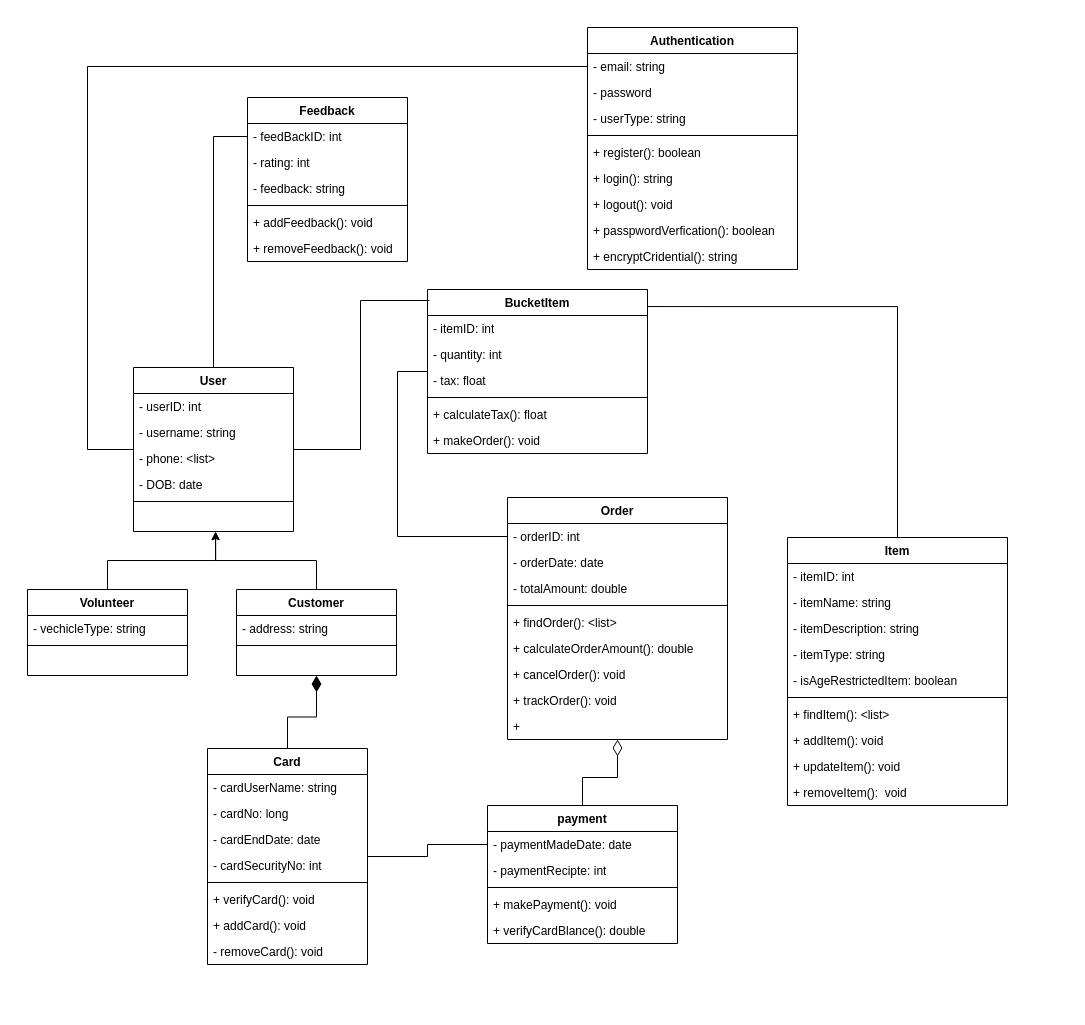
This is Class Draw - T.drawio from AnjeloM/AnjeloM, a draw.io file, before an edit. Source tidied: cells renumbered, new cells numbered last; positions are measured from the earlier drawing's top-left corner, leaving out a move shared by most shapes. Both pictures are drawn from the tidied source at 100%, with x=0, y=0 at pixel (27, 27).
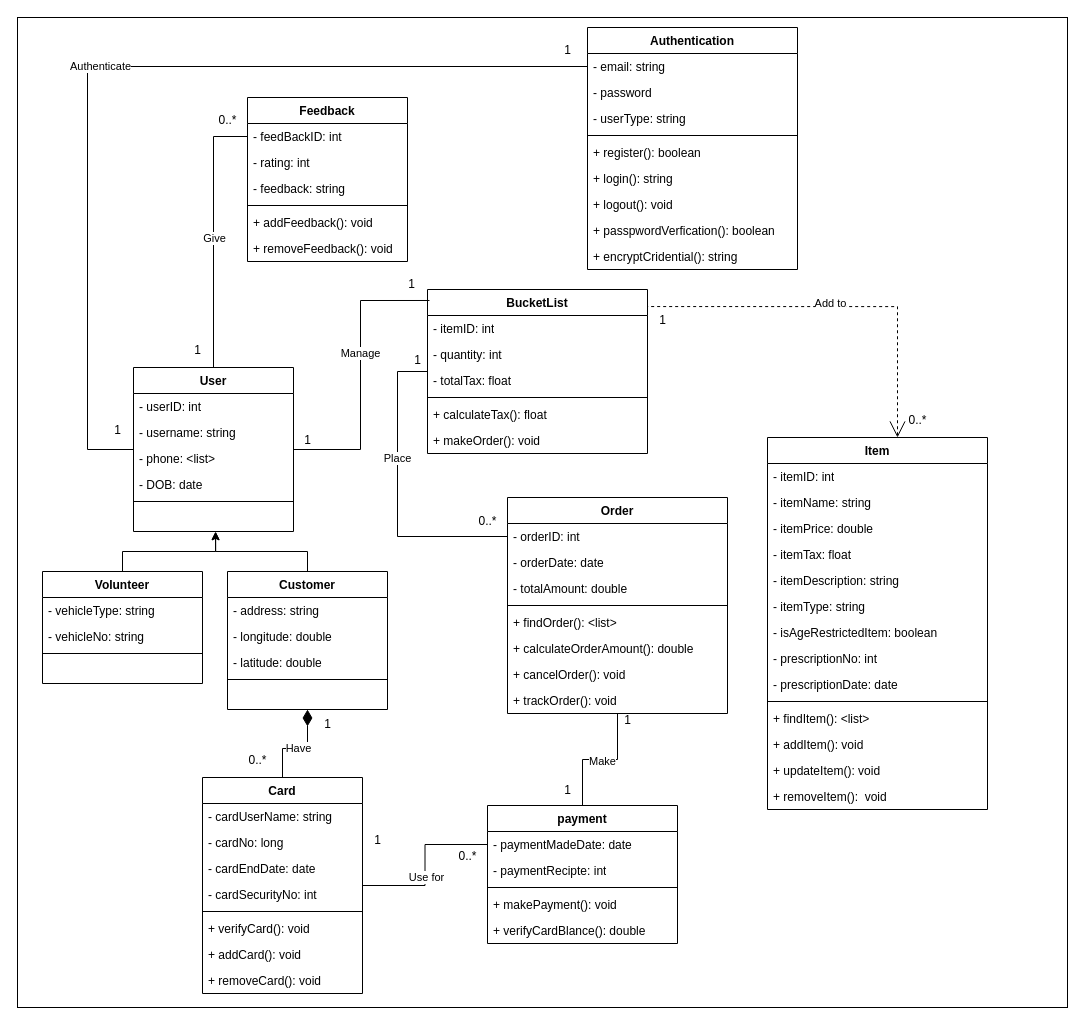
The same diagram, later.

The change refers to these unchanged cells:
```xml
<mxCell id="3" value="- email: string" style="text;strokeColor=none;fillColor=none;align=left;verticalAlign=top;spacingLeft=4;spacingRight=4;overflow=hidden;points=[[0,0.5],[1,0.5]];portConstraint=eastwest;whiteSpace=wrap;html=1;" parent="2" vertex="1">
  <mxGeometry y="26" width="210" height="26" as="geometry" />
</mxCell>
<mxCell id="33" style="edgeStyle=orthogonalEdgeStyle;rounded=0;jettySize=auto;html=1;entryX=0;entryY=0.5;entryDx=0;entryDy=0;endArrow=none;endFill=0;" parent="1" edge="1" source="34" target="24">
  <mxGeometry relative="1" as="geometry">
    <Array as="points">
      <mxPoint x="370" y="344" />
      <mxPoint x="370" y="509" />
    </Array>
  </mxGeometry>
</mxCell>
<mxCell id="42" value="- feedBackID: int&amp;nbsp;" style="text;strokeColor=none;fillColor=none;align=left;verticalAlign=top;spacingLeft=4;spacingRight=4;overflow=hidden;points=[[0,0.5],[1,0.5]];portConstraint=eastwest;whiteSpace=wrap;html=1;" parent="41" vertex="1">
  <mxGeometry y="26" width="160" height="26" as="geometry" />
</mxCell>
<mxCell id="49" value="payment" style="swimlane;fontStyle=1;align=center;verticalAlign=top;horizontal=1;startSize=26;whiteSpace=wrap;html=1;" parent="1" vertex="1">
  <mxGeometry x="460" y="778" width="190" height="138" as="geometry" />
</mxCell>
<mxCell id="55" style="edgeStyle=orthogonalEdgeStyle;rounded=0;jettySize=auto;html=1;entryX=0;entryY=0.5;entryDx=0;entryDy=0;endArrow=none;endFill=0;" parent="1" edge="1" source="56" target="50">
  <mxGeometry relative="1" as="geometry" />
</mxCell>
<mxCell id="72" value="&amp;nbsp;" style="text;strokeColor=none;fillColor=none;align=left;verticalAlign=top;spacingLeft=4;spacingRight=4;overflow=hidden;points=[[0,0.5],[1,0.5]];portConstraint=eastwest;whiteSpace=wrap;html=1;" parent="66" vertex="1">
  <mxGeometry y="138" width="160" height="26" as="geometry" />
</mxCell>
```

What changed in the source:
```diff
@@
+    <mxCell id="88" style="rounded=0;whiteSpace=wrap;html=1;" parent="1" vertex="1">
+      <mxGeometry x="-10" y="-10" width="1050" height="990" as="geometry" />
+    </mxCell>
@@
     <mxCell id="12" value="Item" style="swimlane;fontStyle=1;align=center;verticalAlign=top;horizontal=1;startSize=26;whiteSpace=wrap;html=1;" parent="1" vertex="1">
-      <mxGeometry x="760" y="510" width="220" height="268" as="geometry" />
+      <mxGeometry x="740" y="410" width="220" height="372" as="geometry" />
     </mxCell>
@@
+    <mxCell id="89" value="- itemPrice: double" style="text;strokeColor=none;fillColor=none;align=left;verticalAlign=top;spacingLeft=4;spacingRight=4;overflow=hidden;whiteSpace=wrap;html=1;" parent="12" vertex="1">
+      <mxGeometry y="78" width="220" height="26" as="geometry" />
+    </mxCell>
+    <mxCell id="90" value="- itemTax: float" style="text;strokeColor=none;fillColor=none;align=left;verticalAlign=top;spacingLeft=4;spacingRight=4;overflow=hidden;whiteSpace=wrap;html=1;" parent="12" vertex="1">
+      <mxGeometry y="104" width="220" height="26" as="geometry" />
+    </mxCell>
     <mxCell id="15" value="- itemDescription: string" style="text;strokeColor=none;fillColor=none;align=left;verticalAlign=top;spacingLeft=4;spacingRight=4;overflow=hidden;whiteSpace=wrap;html=1;" parent="12" vertex="1">
-      <mxGeometry y="78" width="220" height="26" as="geometry" />
+      <mxGeometry y="130" width="220" height="26" as="geometry" />
     </mxCell>
     <mxCell id="16" value="- itemType: string" style="text;strokeColor=none;fillColor=none;align=left;verticalAlign=top;spacingLeft=4;spacingRight=4;overflow=hidden;whiteSpace=wrap;html=1;" parent="12" vertex="1">
-      <mxGeometry y="104" width="220" height="26" as="geometry" />
+      <mxGeometry y="156" width="220" height="26" as="geometry" />
     </mxCell>
     <mxCell id="17" value="- isAgeRestrictedItem: boolean" style="text;strokeColor=none;fillColor=none;align=left;verticalAlign=top;spacingLeft=4;spacingRight=4;overflow=hidden;whiteSpace=wrap;html=1;" parent="12" vertex="1">
-      <mxGeometry y="130" width="220" height="26" as="geometry" />
+      <mxGeometry y="182" width="220" height="26" as="geometry" />
     </mxCell>
+    <mxCell id="91" value="- prescriptionNo: int" style="text;strokeColor=none;fillColor=none;align=left;verticalAlign=top;spacingLeft=4;spacingRight=4;overflow=hidden;whiteSpace=wrap;html=1;" parent="12" vertex="1">
+      <mxGeometry y="208" width="220" height="26" as="geometry" />
+    </mxCell>
+    <mxCell id="92" value="- prescriptionDate: date" style="text;strokeColor=none;fillColor=none;align=left;verticalAlign=top;spacingLeft=4;spacingRight=4;overflow=hidden;whiteSpace=wrap;html=1;" parent="12" vertex="1">
+      <mxGeometry y="234" width="220" height="26" as="geometry" />
+    </mxCell>
     <mxCell id="18" style="line;strokeWidth=1;fillColor=none;align=left;verticalAlign=middle;spacingTop=-1;spacingLeft=3;spacingRight=3;labelPosition=right;strokeColor=inherit;" parent="12" vertex="1">
-      <mxGeometry y="156" width="220" height="8" as="geometry" />
+      <mxGeometry y="260" width="220" height="8" as="geometry" />
     </mxCell>
     <mxCell id="19" value="+ findItem(): &amp;lt;list&amp;gt;" style="text;strokeColor=none;fillColor=none;align=left;verticalAlign=top;spacingLeft=4;spacingRight=4;overflow=hidden;whiteSpace=wrap;html=1;" parent="12" vertex="1">
-      <mxGeometry y="164" width="220" height="26" as="geometry" />
+      <mxGeometry y="268" width="220" height="26" as="geometry" />
     </mxCell>
     <mxCell id="20" value="+ addItem(): void" style="text;strokeColor=none;fillColor=none;align=left;verticalAlign=top;spacingLeft=4;spacingRight=4;overflow=hidden;whiteSpace=wrap;html=1;" parent="12" vertex="1">
-      <mxGeometry y="190" width="220" height="26" as="geometry" />
+      <mxGeometry y="294" width="220" height="26" as="geometry" />
     </mxCell>
     <mxCell id="21" value="+ updateItem(): void" style="text;strokeColor=none;fillColor=none;align=left;verticalAlign=top;spacingLeft=4;spacingRight=4;overflow=hidden;whiteSpace=wrap;html=1;" parent="12" vertex="1">
-      <mxGeometry y="216" width="220" height="26" as="geometry" />
+      <mxGeometry y="320" width="220" height="26" as="geometry" />
     </mxCell>
     <mxCell id="22" value="+ removeItem(): &amp;nbsp;void" style="text;strokeColor=none;fillColor=none;align=left;verticalAlign=top;spacingLeft=4;spacingRight=4;overflow=hidden;whiteSpace=wrap;html=1;" parent="12" vertex="1">
-      <mxGeometry y="242" width="220" height="26" as="geometry" />
+      <mxGeometry y="346" width="220" height="26" as="geometry" />
     </mxCell>
     <mxCell id="23" value="Order" style="swimlane;fontStyle=1;align=center;verticalAlign=top;horizontal=1;startSize=26;whiteSpace=wrap;html=1;" parent="1" vertex="1">
-      <mxGeometry x="480" y="470" width="220" height="242" as="geometry" />
+      <mxGeometry x="480" y="470" width="220" height="216" as="geometry" />
     </mxCell>
@@
-    <mxCell id="32" value="+&amp;nbsp;" style="text;strokeColor=none;fillColor=none;align=left;verticalAlign=top;spacingLeft=4;spacingRight=4;overflow=hidden;whiteSpace=wrap;html=1;" parent="23" vertex="1">
-      <mxGeometry y="216" width="220" height="26" as="geometry" />
-    </mxCell>
@@
+    <mxCell id="93" value="Place" style="edgeLabel;html=1;align=center;verticalAlign=middle;" parent="33" vertex="1">
+      <mxGeometry x="-0.24" y="-1" relative="1" as="geometry" />
+    </mxCell>
-    <mxCell id="34" value="BucketItem" style="swimlane;fontStyle=1;align=center;verticalAlign=top;horizontal=1;startSize=26;whiteSpace=wrap;html=1;" parent="1" vertex="1">
+    <mxCell id="34" value="BucketList" style="swimlane;fontStyle=1;align=center;verticalAlign=top;horizontal=1;startSize=26;whiteSpace=wrap;html=1;" parent="1" vertex="1">
       <mxGeometry x="400" y="262" width="220" height="164" as="geometry" />
     </mxCell>
@@
-    <mxCell id="37" value="- tax: float" style="text;strokeColor=none;fillColor=none;align=left;verticalAlign=top;spacingLeft=4;spacingRight=4;overflow=hidden;whiteSpace=wrap;html=1;" parent="34" vertex="1">
+    <mxCell id="37" value="- totalTax: float" style="text;strokeColor=none;fillColor=none;align=left;verticalAlign=top;spacingLeft=4;spacingRight=4;overflow=hidden;whiteSpace=wrap;html=1;" parent="34" vertex="1">
       <mxGeometry y="78" width="220" height="26" as="geometry" />
     </mxCell>
@@
-    <mxCell id="48" style="edgeStyle=orthogonalEdgeStyle;rounded=0;jettySize=auto;html=1;entryX=0.5;entryY=1;entryDx=0;entryDy=0;endArrow=diamondThin;endFill=0;endSize=14;startSize=14;" parent="1" edge="1" source="49" target="23">
+    <mxCell id="48" style="edgeStyle=orthogonalEdgeStyle;rounded=0;jettySize=auto;html=1;entryX=0.5;entryY=1;entryDx=0;entryDy=0;endArrow=none;endFill=0;endSize=14;startSize=14;" parent="1" edge="1" source="49" target="23">
       <mxGeometry relative="1" as="geometry" />
     </mxCell>
+    <mxCell id="94" value="Make" style="edgeLabel;html=1;align=center;verticalAlign=middle;" parent="48" vertex="1">
+      <mxGeometry x="0.03" y="-1" relative="1" as="geometry" />
+    </mxCell>
@@
+    <mxCell id="95" value="Use for" style="edgeLabel;html=1;align=center;verticalAlign=middle;" parent="55" vertex="1">
+      <mxGeometry x="-0.15" y="-1" relative="1" as="geometry" />
+    </mxCell>
     <mxCell id="56" value="Card" style="swimlane;fontStyle=1;align=center;verticalAlign=top;horizontal=1;startSize=26;whiteSpace=wrap;html=1;" parent="1" vertex="1">
-      <mxGeometry x="180" y="721" width="160" height="216" as="geometry" />
+      <mxGeometry x="175" y="750" width="160" height="216" as="geometry" />
     </mxCell>
@@
-    <mxCell id="64" value="- removeCard(): void" style="text;strokeColor=none;fillColor=none;align=left;verticalAlign=top;spacingLeft=4;spacingRight=4;overflow=hidden;whiteSpace=wrap;html=1;" parent="56" vertex="1">
+    <mxCell id="64" value="+ removeCard(): void" style="text;strokeColor=none;fillColor=none;align=left;verticalAlign=top;spacingLeft=4;spacingRight=4;overflow=hidden;whiteSpace=wrap;html=1;" parent="56" vertex="1">
       <mxGeometry y="190" width="160" height="26" as="geometry" />
     </mxCell>
-    <mxCell id="65" style="group;" parent="1" vertex="1">
-      <mxGeometry y="340" width="369" height="308" as="geometry" />
-    </mxCell>
+    <mxCell id="83" style="edgeStyle=orthogonalEdgeStyle;rounded=0;jettySize=auto;html=1;entryX=0.5;entryY=0;entryDx=0;entryDy=0;endArrow=none;endFill=0;startArrow=diamondThin;startFill=1;endSize=14;startSize=14;" parent="1" edge="1" source="77" target="56">
+      <mxGeometry relative="1" as="geometry" />
+    </mxCell>
+    <mxCell id="96" value="Have" style="edgeLabel;html=1;align=center;verticalAlign=middle;" parent="83" vertex="1">
+      <mxGeometry x="0.06" y="-1" relative="1" as="geometry" />
+    </mxCell>
+    <mxCell id="84" style="edgeStyle=orthogonalEdgeStyle;rounded=0;jettySize=auto;html=1;entryX=0;entryY=0.5;entryDx=0;entryDy=0;endArrow=none;endFill=0;" parent="1" edge="1" source="66" target="42">
+      <mxGeometry relative="1" as="geometry" />
+    </mxCell>
+    <mxCell id="97" value="Give" style="edgeLabel;html=1;align=center;verticalAlign=middle;" parent="84" vertex="1">
+      <mxGeometry x="-0.02" relative="1" as="geometry" />
+    </mxCell>
+    <mxCell id="85" style="edgeStyle=orthogonalEdgeStyle;rounded=0;jettySize=auto;html=1;entryX=0;entryY=0.5;entryDx=0;entryDy=0;endArrow=none;endFill=0;" parent="1" edge="1" source="66" target="3">
+      <mxGeometry relative="1" as="geometry">
+        <Array as="points">
+          <mxPoint x="60" y="422" />
+          <mxPoint x="60" y="39" />
+        </Array>
+      </mxGeometry>
+    </mxCell>
+    <mxCell id="98" value="Authenticate" style="edgeLabel;html=1;align=center;verticalAlign=middle;" parent="85" vertex="1">
+      <mxGeometry x="-0.05" y="1" relative="1" as="geometry" />
+    </mxCell>
+    <mxCell id="86" style="edgeStyle=orthogonalEdgeStyle;rounded=0;jettySize=auto;html=1;entryX=0.009;entryY=0.067;entryDx=0;entryDy=0;entryPerimeter=0;endArrow=none;endFill=0;startArrow=none;startFill=0;endSize=14;startSize=14;" parent="1" edge="1" source="66" target="34">
+      <mxGeometry relative="1" as="geometry" />
+    </mxCell>
+    <mxCell id="99" value="Manage" style="edgeLabel;html=1;align=center;verticalAlign=middle;" parent="86" vertex="1">
+      <mxGeometry x="0.15" y="1" relative="1" as="geometry" />
+    </mxCell>
+    <mxCell id="87" style="edgeStyle=orthogonalEdgeStyle;rounded=0;jettySize=auto;html=1;entryX=0.999;entryY=0.104;entryDx=0;entryDy=0;entryPerimeter=0;endArrow=none;endFill=0;endSize=14;startSize=14;startArrow=open;startFill=0;dashed=1;" parent="1" edge="1" source="12" target="34">
+      <mxGeometry relative="1" as="geometry">
+        <Array as="points">
+          <mxPoint x="870" y="279" />
+        </Array>
+      </mxGeometry>
+    </mxCell>
+    <mxCell id="100" value="Add to" style="edgeLabel;html=1;align=center;verticalAlign=middle;" parent="87" vertex="1">
+      <mxGeometry x="0.04" y="-4" relative="1" as="geometry" />
+    </mxCell>
+    <mxCell id="101" value="1" style="text;html=1;align=center;verticalAlign=middle;strokeColor=none;fillColor=none;" parent="1" vertex="1">
+      <mxGeometry x="525" y="8" width="30" height="30" as="geometry" />
+    </mxCell>
+    <mxCell id="102" value="1" style="text;html=1;align=center;verticalAlign=middle;strokeColor=none;fillColor=none;" parent="1" vertex="1">
+      <mxGeometry x="75" y="388" width="30" height="30" as="geometry" />
+    </mxCell>
+    <mxCell id="103" value="0..*" style="text;html=1;align=center;verticalAlign=middle;strokeColor=none;fillColor=none;" parent="1" vertex="1">
+      <mxGeometry x="180" y="78" width="40" height="30" as="geometry" />
+    </mxCell>
+    <mxCell id="104" value="1" style="text;html=1;align=center;verticalAlign=middle;strokeColor=none;fillColor=none;" parent="1" vertex="1">
+      <mxGeometry x="155" y="308" width="30" height="30" as="geometry" />
+    </mxCell>
+    <mxCell id="105" value="1" style="text;html=1;align=center;verticalAlign=middle;strokeColor=none;fillColor=none;" parent="1" vertex="1">
+      <mxGeometry x="265" y="398" width="30" height="30" as="geometry" />
+    </mxCell>
+    <mxCell id="106" value="0..*" style="text;html=1;align=center;verticalAlign=middle;strokeColor=none;fillColor=none;" parent="1" vertex="1">
+      <mxGeometry x="440" y="479" width="40" height="30" as="geometry" />
+    </mxCell>
+    <mxCell id="107" value="1" style="text;html=1;align=center;verticalAlign=middle;strokeColor=none;fillColor=none;" parent="1" vertex="1">
+      <mxGeometry x="369" y="242" width="30" height="30" as="geometry" />
+    </mxCell>
+    <mxCell id="108" value="1" style="text;html=1;align=center;verticalAlign=middle;strokeColor=none;fillColor=none;" parent="1" vertex="1">
+      <mxGeometry x="375" y="318" width="30" height="30" as="geometry" />
+    </mxCell>
+    <mxCell id="109" value="1" style="text;html=1;align=center;verticalAlign=middle;strokeColor=none;fillColor=none;" parent="1" vertex="1">
+      <mxGeometry x="620" y="278" width="30" height="30" as="geometry" />
+    </mxCell>
+    <mxCell id="110" value="0..*" style="text;html=1;align=center;verticalAlign=middle;strokeColor=none;fillColor=none;" parent="1" vertex="1">
+      <mxGeometry x="870" y="378" width="40" height="30" as="geometry" />
+    </mxCell>
+    <mxCell id="111" value="1" style="text;html=1;align=center;verticalAlign=middle;strokeColor=none;fillColor=none;" parent="1" vertex="1">
+      <mxGeometry x="585" y="678" width="30" height="30" as="geometry" />
+    </mxCell>
+    <mxCell id="112" value="1" style="text;html=1;align=center;verticalAlign=middle;strokeColor=none;fillColor=none;" parent="1" vertex="1">
+      <mxGeometry x="525" y="748" width="30" height="30" as="geometry" />
+    </mxCell>
+    <mxCell id="113" value="1" style="text;html=1;align=center;verticalAlign=middle;strokeColor=none;fillColor=none;" parent="1" vertex="1">
+      <mxGeometry x="335" y="798" width="30" height="30" as="geometry" />
+    </mxCell>
+    <mxCell id="114" value="0..*" style="text;html=1;align=center;verticalAlign=middle;strokeColor=none;fillColor=none;" parent="1" vertex="1">
+      <mxGeometry x="420" y="814" width="40" height="30" as="geometry" />
+    </mxCell>
+    <mxCell id="115" value="1" style="text;html=1;align=center;verticalAlign=middle;strokeColor=none;fillColor=none;" parent="1" vertex="1">
+      <mxGeometry x="285" y="682" width="30" height="30" as="geometry" />
+    </mxCell>
+    <mxCell id="116" value="0..*" style="text;html=1;align=center;verticalAlign=middle;strokeColor=none;fillColor=none;" parent="1" vertex="1">
+      <mxGeometry x="210" y="718" width="40" height="30" as="geometry" />
+    </mxCell>
-    <mxCell id="66" value="User" style="swimlane;fontStyle=1;align=center;verticalAlign=top;horizontal=1;startSize=26;whiteSpace=wrap;html=1;" parent="65" vertex="1">
-      <mxGeometry x="106" width="160" height="164" as="geometry" />
+    <mxCell id="66" value="User" style="swimlane;fontStyle=1;align=center;verticalAlign=top;horizontal=1;startSize=26;whiteSpace=wrap;html=1;" parent="1" vertex="1">
+      <mxGeometry x="106" y="340" width="160" height="164" as="geometry" />
     </mxCell>
@@
-    <mxCell id="73" value="Volunteer" style="swimlane;fontStyle=1;align=center;verticalAlign=top;horizontal=1;startSize=26;whiteSpace=wrap;html=1;" parent="65" vertex="1">
-      <mxGeometry y="222" width="160" height="86" as="geometry" />
+    <mxCell id="73" value="Volunteer" style="swimlane;fontStyle=1;align=center;verticalAlign=top;horizontal=1;startSize=26;whiteSpace=wrap;html=1;" parent="1" vertex="1">
+      <mxGeometry x="15" y="544" width="160" height="112" as="geometry" />
     </mxCell>
-    <mxCell id="74" value="- vechicleType: string" style="text;strokeColor=none;fillColor=none;align=left;verticalAlign=top;spacingLeft=4;spacingRight=4;overflow=hidden;whiteSpace=wrap;html=1;" parent="73" vertex="1">
+    <mxCell id="74" value="- vehicleType: string" style="text;strokeColor=none;fillColor=none;align=left;verticalAlign=top;spacingLeft=4;spacingRight=4;overflow=hidden;whiteSpace=wrap;html=1;" parent="73" vertex="1">
       <mxGeometry y="26" width="160" height="26" as="geometry" />
     </mxCell>
+    <mxCell id="117" value="- vehicleNo: string" style="text;strokeColor=none;fillColor=none;align=left;verticalAlign=top;spacingLeft=4;spacingRight=4;overflow=hidden;whiteSpace=wrap;html=1;" parent="73" vertex="1">
+      <mxGeometry y="52" width="160" height="26" as="geometry" />
+    </mxCell>
     <mxCell id="75" style="line;strokeWidth=1;fillColor=none;align=left;verticalAlign=middle;spacingTop=-1;spacingLeft=3;spacingRight=3;labelPosition=right;strokeColor=inherit;" parent="73" vertex="1">
-      <mxGeometry y="52" width="160" height="8" as="geometry" />
+      <mxGeometry y="78" width="160" height="8" as="geometry" />
     </mxCell>
     <mxCell id="76" value="&amp;nbsp;" style="text;strokeColor=none;fillColor=none;align=left;verticalAlign=top;spacingLeft=4;spacingRight=4;overflow=hidden;whiteSpace=wrap;html=1;" parent="73" vertex="1">
-      <mxGeometry y="60" width="160" height="26" as="geometry" />
+      <mxGeometry y="86" width="160" height="26" as="geometry" />
     </mxCell>
-    <mxCell id="77" value="Customer" style="swimlane;fontStyle=1;align=center;verticalAlign=top;horizontal=1;startSize=26;whiteSpace=wrap;html=1;" parent="65" vertex="1">
-      <mxGeometry x="209" y="222" width="160" height="86" as="geometry" />
+    <mxCell id="77" value="Customer" style="swimlane;fontStyle=1;align=center;verticalAlign=top;horizontal=1;startSize=26;whiteSpace=wrap;html=1;" parent="1" vertex="1">
+      <mxGeometry x="200" y="544" width="160" height="138" as="geometry" />
     </mxCell>
@@
+    <mxCell id="118" value="- longitude: double" style="text;strokeColor=none;fillColor=none;align=left;verticalAlign=top;spacingLeft=4;spacingRight=4;overflow=hidden;whiteSpace=wrap;html=1;" parent="77" vertex="1">
+      <mxGeometry y="52" width="160" height="26" as="geometry" />
+    </mxCell>
+    <mxCell id="119" value="- latitude: double" style="text;strokeColor=none;fillColor=none;align=left;verticalAlign=top;spacingLeft=4;spacingRight=4;overflow=hidden;whiteSpace=wrap;html=1;" parent="77" vertex="1">
+      <mxGeometry y="78" width="160" height="26" as="geometry" />
+    </mxCell>
     <mxCell id="79" style="line;strokeWidth=1;fillColor=none;align=left;verticalAlign=middle;spacingTop=-1;spacingLeft=3;spacingRight=3;labelPosition=right;strokeColor=inherit;" parent="77" vertex="1">
-      <mxGeometry y="52" width="160" height="8" as="geometry" />
+      <mxGeometry y="104" width="160" height="8" as="geometry" />
     </mxCell>
     <mxCell id="80" value="&amp;nbsp;" style="text;strokeColor=none;fillColor=none;align=left;verticalAlign=top;spacingLeft=4;spacingRight=4;overflow=hidden;whiteSpace=wrap;html=1;" parent="77" vertex="1">
-      <mxGeometry y="60" width="160" height="26" as="geometry" />
+      <mxGeometry y="112" width="160" height="26" as="geometry" />
     </mxCell>
-    <mxCell id="81" style="edgeStyle=orthogonalEdgeStyle;rounded=0;jettySize=auto;html=1;entryX=0.513;entryY=1;entryDx=0;entryDy=0;entryPerimeter=0;" parent="65" edge="1" source="73" target="72">
+    <mxCell id="81" style="edgeStyle=orthogonalEdgeStyle;rounded=0;jettySize=auto;html=1;entryX=0.513;entryY=1;entryDx=0;entryDy=0;entryPerimeter=0;" parent="1" edge="1" source="73" target="72">
       <mxGeometry relative="1" as="geometry" />
     </mxCell>
-    <mxCell id="82" style="edgeStyle=orthogonalEdgeStyle;rounded=0;jettySize=auto;html=1;entryX=0.513;entryY=1.015;entryDx=0;entryDy=0;entryPerimeter=0;" parent="65" edge="1" source="77" target="72">
+    <mxCell id="82" style="edgeStyle=orthogonalEdgeStyle;rounded=0;jettySize=auto;html=1;entryX=0.513;entryY=1.015;entryDx=0;entryDy=0;entryPerimeter=0;" parent="1" edge="1" source="77" target="72">
       <mxGeometry relative="1" as="geometry" />
     </mxCell>
-    <mxCell id="83" style="edgeStyle=orthogonalEdgeStyle;rounded=0;jettySize=auto;html=1;entryX=0.5;entryY=0;entryDx=0;entryDy=0;endArrow=none;endFill=0;startArrow=diamondThin;startFill=1;endSize=14;startSize=14;" parent="1" edge="1" source="77" target="56">
-      <mxGeometry relative="1" as="geometry" />
-    </mxCell>
-    <mxCell id="84" style="edgeStyle=orthogonalEdgeStyle;rounded=0;jettySize=auto;html=1;entryX=0;entryY=0.5;entryDx=0;entryDy=0;endArrow=none;endFill=0;" parent="1" edge="1" source="66" target="42">
-      <mxGeometry relative="1" as="geometry" />
-    </mxCell>
-    <mxCell id="85" style="edgeStyle=orthogonalEdgeStyle;rounded=0;jettySize=auto;html=1;entryX=0;entryY=0.5;entryDx=0;entryDy=0;endArrow=none;endFill=0;" parent="1" edge="1" source="66" target="3">
-      <mxGeometry relative="1" as="geometry">
-        <Array as="points">
-          <mxPoint x="60" y="422" />
-          <mxPoint x="60" y="39" />
-        </Array>
-      </mxGeometry>
-    </mxCell>
-    <mxCell id="86" style="edgeStyle=orthogonalEdgeStyle;rounded=0;jettySize=auto;html=1;entryX=0.009;entryY=0.067;entryDx=0;entryDy=0;entryPerimeter=0;endArrow=none;endFill=0;startArrow=none;startFill=0;endSize=14;startSize=14;" parent="1" edge="1" source="66" target="34">
-      <mxGeometry relative="1" as="geometry" />
-    </mxCell>
-    <mxCell id="87" style="edgeStyle=orthogonalEdgeStyle;rounded=0;jettySize=auto;html=1;entryX=0.999;entryY=0.104;entryDx=0;entryDy=0;entryPerimeter=0;endArrow=none;endFill=0;endSize=14;startSize=14;" parent="1" edge="1" source="12" target="34">
-      <mxGeometry relative="1" as="geometry">
-        <Array as="points">
-          <mxPoint x="870" y="279" />
-        </Array>
-      </mxGeometry>
-    </mxCell>
```
